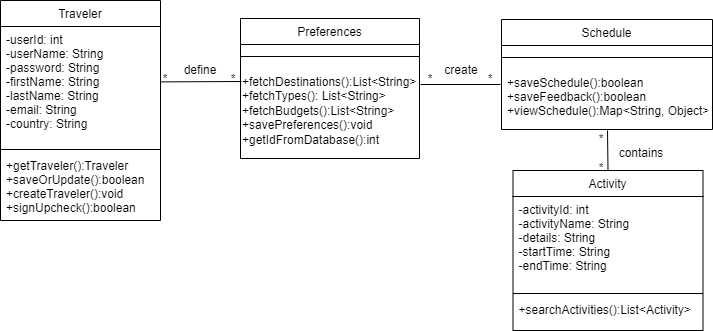
Above: Diagrams/FinalClassDiagram.drawio.png in EleftheriaKoutsiouri/Scheduluxe (draw.io), before the change. Source tidied: cells renumbered, new cells last; positions are measured from the earlier drawing's top-left corner, leaving out a move shared by most shapes.
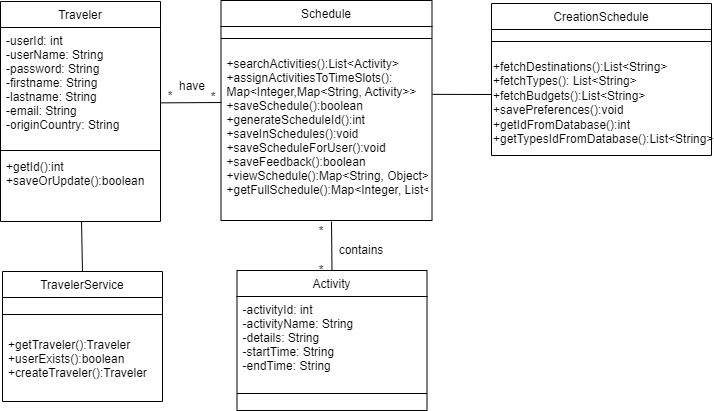
The same file after the commit.

What changed in the source:
```diff
@@ -5,35 +5,26 @@
     <mxCell id="2" value="Traveler" style="swimlane;fontStyle=0;align=center;verticalAlign=top;horizontal=1;startSize=26;rounded=0;shadow=0;strokeWidth=1;" parent="1" vertex="1">
       <mxGeometry width="160" height="220" as="geometry" />
     </mxCell>
-    <mxCell id="3" value="-userId: int&#10;-userName: String&#10;-password: String&#10;-firstName: String&#10;-lastName: String&#10;-email: String&#10;-country: String&#10;" style="text;align=left;verticalAlign=top;spacingLeft=4;spacingRight=4;overflow=hidden;points=[[0,0.5],[1,0.5]];portConstraint=eastwest;" parent="2" vertex="1">
+    <mxCell id="3" value="-userId: int&#10;-userName: String&#10;-password: String&#10;-firstname: String&#10;-lastname: String&#10;-email: String&#10;-originCountry: String&#10;" style="text;align=left;verticalAlign=top;spacingLeft=4;spacingRight=4;overflow=hidden;points=[[0,0.5],[1,0.5]];portConstraint=eastwest;" parent="2" vertex="1">
       <mxGeometry y="26" width="160" height="120" as="geometry" />
     </mxCell>
     <mxCell id="4" style="line;html=1;strokeWidth=1;align=left;verticalAlign=middle;spacingTop=-1;spacingLeft=3;spacingRight=3;labelPosition=right;" parent="2" vertex="1">
       <mxGeometry y="146" width="160" height="6" as="geometry" />
     </mxCell>
-    <mxCell id="5" value="+getTraveler():Traveler&#10;+saveOrUpdate():boolean&#10;+createTraveler():void&#10;+signUpcheck():boolean&#10;&#10;&#10; " style="text;align=left;verticalAlign=top;spacingLeft=4;spacingRight=4;overflow=hidden;fontColor=#000000;" parent="2" vertex="1">
+    <mxCell id="5" value="+getId():int&#10;+saveOrUpdate():boolean&#10;&#10;&#10; " style="text;align=left;verticalAlign=top;spacingLeft=4;spacingRight=4;overflow=hidden;fontColor=#000000;" parent="2" vertex="1">
       <mxGeometry y="152" width="160" height="68" as="geometry" />
     </mxCell>
-    <mxCell id="6" value="Preferences" style="swimlane;fontStyle=0;align=center;verticalAlign=top;horizontal=1;startSize=26;rounded=0;shadow=0;strokeWidth=1;" parent="1" vertex="1">
-      <mxGeometry x="240" y="18" width="179" height="140" as="geometry" />
+    <mxCell id="6" value="CreationSchedule" style="swimlane;fontStyle=0;align=center;verticalAlign=top;horizontal=1;startSize=26;rounded=0;shadow=0;strokeWidth=1;" parent="1" vertex="1">
+      <mxGeometry x="491" y="2" width="220" height="152" as="geometry" />
     </mxCell>
     <mxCell id="7" style="line;html=1;strokeWidth=1;align=left;verticalAlign=middle;spacingTop=-1;spacingLeft=3;spacingRight=3;labelPosition=right;" parent="6" vertex="1">
-      <mxGeometry y="26" width="179" height="24" as="geometry" />
+      <mxGeometry y="26" width="220" height="24" as="geometry" />
     </mxCell>
-    <mxCell id="8" value="&lt;div&gt;+fetchDestinations():List&amp;lt;String&amp;gt;&lt;/div&gt;&lt;div&gt;+fetchTypes(): List&amp;lt;String&amp;gt;&lt;span style=&quot;background-color: initial;&quot;&gt;&lt;br&gt;&lt;/span&gt;&lt;/div&gt;&lt;div&gt;&lt;span style=&quot;background-color: initial;&quot;&gt;+fetchBudgets():List&amp;lt;String&amp;gt;&lt;/span&gt;&lt;/div&gt;&lt;div&gt;&lt;span style=&quot;background-color: initial;&quot;&gt;+savePreferences():void&lt;/span&gt;&lt;/div&gt;&lt;div&gt;&lt;span style=&quot;background-color: initial;&quot;&gt;+&lt;/span&gt;getIdFromDatabase():int&lt;/div&gt;&lt;div&gt;&lt;span style=&quot;background-color: initial;&quot;&gt;&amp;nbsp;&lt;/span&gt;&lt;br&gt;&lt;/div&gt;&lt;div&gt;&lt;br&gt;&lt;/div&gt;" style="text;whiteSpace=wrap;html=1;" parent="6" vertex="1">
-      <mxGeometry y="50" width="179" height="80" as="geometry" />
+    <mxCell id="8" value="&lt;div&gt;+fetchDestinations():List&amp;lt;String&amp;gt;&lt;/div&gt;&lt;div&gt;+fetchTypes(): List&amp;lt;String&amp;gt;&lt;span style=&quot;background-color: initial;&quot;&gt;&lt;br&gt;&lt;/span&gt;&lt;/div&gt;&lt;div&gt;&lt;span style=&quot;background-color: initial;&quot;&gt;+fetchBudgets():List&amp;lt;String&amp;gt;&lt;/span&gt;&lt;/div&gt;&lt;div&gt;&lt;span style=&quot;background-color: initial;&quot;&gt;+savePreferences():void&lt;/span&gt;&lt;/div&gt;&lt;div&gt;&lt;span style=&quot;background-color: initial;&quot;&gt;+&lt;/span&gt;getIdFromDatabase():int&lt;/div&gt;&lt;div&gt;+getTypesIdFromDatabase():List&amp;lt;String&amp;gt;&lt;/div&gt;&lt;div&gt;&lt;span style=&quot;background-color: initial;&quot;&gt;&amp;nbsp;&lt;/span&gt;&lt;br&gt;&lt;/div&gt;&lt;div&gt;&lt;br&gt;&lt;/div&gt;" style="text;whiteSpace=wrap;html=1;" parent="6" vertex="1">
+      <mxGeometry y="50" width="220" height="100" as="geometry" />
     </mxCell>
-    <mxCell id="9" style="endArrow=none;html=1;rounded=0;exitX=0.997;exitY=0.207;exitDx=0;exitDy=0;exitPerimeter=0;entryX=0;entryY=0.75;entryDx=0;entryDy=0;" parent="1" edge="1">
-      <mxGeometry relative="1" as="geometry">
-        <mxPoint x="239.9" y="76.1" as="sourcePoint" />
-        <mxPoint x="240" y="82" as="targetPoint" />
-      </mxGeometry>
-    </mxCell>
-    <mxCell id="10" value="*" style="text;html=1;strokeColor=none;fillColor=none;align=center;verticalAlign=middle;whiteSpace=wrap;rounded=0;" parent="1" vertex="1">
-      <mxGeometry x="160" y="74" width="10" height="10" as="geometry" />
-    </mxCell>
     <mxCell id="11" value="Activity" style="swimlane;fontStyle=0;align=center;verticalAlign=top;horizontal=1;startSize=26;rounded=0;shadow=0;strokeWidth=1;" parent="1" vertex="1">
-      <mxGeometry x="512.5" y="170" width="190" height="160" as="geometry" />
+      <mxGeometry x="236.5" y="269" width="190" height="140" as="geometry" />
     </mxCell>
     <mxCell id="12" value="-activityId: int&#10;-activityName: String&#10;-details: String&#10;-startTime: String&#10;-endTime: String&#10;&#10;" style="text;align=left;verticalAlign=top;spacingLeft=4;spacingRight=4;overflow=hidden;" parent="11" vertex="1">
       <mxGeometry y="26" width="190" height="94" as="geometry" />
@@ -41,57 +32,61 @@
     <mxCell id="13" style="line;html=1;strokeWidth=1;align=left;verticalAlign=middle;spacingTop=-1;spacingLeft=3;spacingRight=3;labelPosition=right;" parent="11" vertex="1">
       <mxGeometry y="120" width="190" height="6" as="geometry" />
     </mxCell>
-    <mxCell id="14" value="+searchActivities():List&lt;Activity&gt;&#10;" style="text;align=left;verticalAlign=top;spacingLeft=4;spacingRight=4;overflow=hidden;" parent="11" vertex="1">
-      <mxGeometry y="126" width="190" height="24" as="geometry" />
-    </mxCell>
-    <mxCell id="15" style="endArrow=none;html=1;rounded=0;exitX=1;exitY=0.75;exitDx=0;exitDy=0;entryX=1;entryY=1;entryDx=0;entryDy=0;" parent="1" edge="1" target="17">
-      <mxGeometry relative="1" as="geometry">
-        <mxPoint x="420" y="84" as="sourcePoint" />
-      </mxGeometry>
-    </mxCell>
     <mxCell id="16" value="*" style="text;html=1;strokeColor=none;fillColor=none;align=center;verticalAlign=middle;whiteSpace=wrap;rounded=0;" parent="1" vertex="1">
-      <mxGeometry x="420" y="73.5" width="20" height="10" as="geometry" />
+      <mxGeometry x="160" y="90" width="20" height="10" as="geometry" />
     </mxCell>
-    <mxCell id="17" value="*" style="text;html=1;strokeColor=none;fillColor=none;align=center;verticalAlign=middle;whiteSpace=wrap;rounded=0;" parent="1" vertex="1">
-      <mxGeometry x="480" y="74" width="20" height="10" as="geometry" />
-    </mxCell>
-    <mxCell id="18" style="endArrow=none;html=1;rounded=0;exitX=0.997;exitY=0.207;exitDx=0;exitDy=0;exitPerimeter=0;" parent="1" edge="1">
-      <mxGeometry relative="1" as="geometry">
-        <mxPoint x="159.5" y="81.4" as="sourcePoint" />
-        <mxPoint x="241" y="81" as="targetPoint" />
-      </mxGeometry>
-    </mxCell>
-    <mxCell id="19" value="*" style="text;html=1;strokeColor=none;fillColor=none;align=center;verticalAlign=middle;whiteSpace=wrap;rounded=0;" parent="1" vertex="1">
-      <mxGeometry x="218" y="73.5" width="30" height="11" as="geometry" />
-    </mxCell>
     <mxCell id="20" value="Schedule" style="swimlane;fontStyle=0;align=center;verticalAlign=top;horizontal=1;startSize=26;rounded=0;shadow=0;strokeWidth=1;" parent="1" vertex="1">
-      <mxGeometry x="501" y="19" width="211" height="110" as="geometry" />
+      <mxGeometry x="220.5" y="-1" width="211" height="220" as="geometry" />
     </mxCell>
     <mxCell id="21" style="line;html=1;strokeWidth=1;align=left;verticalAlign=middle;spacingTop=-1;spacingLeft=3;spacingRight=3;labelPosition=right;" parent="20" vertex="1">
       <mxGeometry y="26" width="211" height="24" as="geometry" />
     </mxCell>
-    <mxCell id="22" value="+saveSchedule():boolean&#10;+saveFeedback():boolean&#10;+viewSchedule():Map&lt;String, Object&gt;" style="text;align=left;verticalAlign=top;spacingLeft=4;spacingRight=4;overflow=hidden;points=[[0,0.5],[1,0.5]];portConstraint=eastwest;" parent="20" vertex="1">
-      <mxGeometry y="50" width="211" height="60" as="geometry" />
+    <mxCell id="22" value="+searchActivities():List&lt;Activity&gt;&#10;+assignActivitiesToTimeSlots():&#10;Map&lt;Integer,Map&lt;String, Activity&gt;&gt;&#10;+saveSchedule():boolean&#10;+generateScheduleId():int&#10;+saveInSchedules():void&#10;+saveScheduleForUser():void&#10;+saveFeedback():boolean&#10;+viewSchedule():Map&lt;String, Object&gt;&#10;+getFullSchedule():Map&lt;Integer, List&lt;Activity&gt;&gt;" style="text;align=left;verticalAlign=top;spacingLeft=4;spacingRight=4;overflow=hidden;points=[[0,0.5],[1,0.5]];portConstraint=eastwest;" parent="20" vertex="1">
+      <mxGeometry y="50" width="211" height="170" as="geometry" />
     </mxCell>
-    <mxCell id="23" value="define" style="text;html=1;strokeColor=none;fillColor=none;align=center;verticalAlign=middle;whiteSpace=wrap;rounded=0;" parent="1" vertex="1">
-      <mxGeometry x="170" y="54.5" width="60" height="30" as="geometry" />
-    </mxCell>
-    <mxCell id="24" value="create" style="text;html=1;strokeColor=none;fillColor=none;align=center;verticalAlign=middle;whiteSpace=wrap;rounded=0;" parent="1" vertex="1">
-      <mxGeometry x="431" y="54.5" width="60" height="30" as="geometry" />
-    </mxCell>
     <mxCell id="25" style="endArrow=none;html=1;rounded=0;exitX=0.5;exitY=0;exitDx=0;exitDy=0;" parent="1" edge="1" source="11">
       <mxGeometry relative="1" as="geometry">
-        <mxPoint x="607" y="130" as="targetPoint" />
+        <mxPoint x="331" y="220" as="targetPoint" />
       </mxGeometry>
     </mxCell>
     <mxCell id="26" value="contains" style="text;html=1;strokeColor=none;fillColor=none;align=center;verticalAlign=middle;whiteSpace=wrap;rounded=0;" parent="1" vertex="1">
-      <mxGeometry x="611" y="138" width="60" height="30" as="geometry" />
+      <mxGeometry x="331" y="234" width="60" height="30" as="geometry" />
     </mxCell>
     <mxCell id="27" value="*" style="text;html=1;strokeColor=none;fillColor=none;align=center;verticalAlign=middle;whiteSpace=wrap;rounded=0;" parent="1" vertex="1">
-      <mxGeometry x="591" y="129" width="20" height="20" as="geometry" />
+      <mxGeometry x="311" y="220" width="20" height="20" as="geometry" />
     </mxCell>
     <mxCell id="28" value="*" style="text;html=1;strokeColor=none;fillColor=none;align=center;verticalAlign=middle;whiteSpace=wrap;rounded=0;" parent="1" vertex="1">
-      <mxGeometry x="591" y="158" width="20" height="20" as="geometry" />
+      <mxGeometry x="311" y="259" width="20" height="20" as="geometry" />
     </mxCell>
+    <mxCell id="29" value="TravelerService" style="swimlane;fontStyle=0;align=center;verticalAlign=top;horizontal=1;startSize=26;rounded=0;shadow=0;strokeWidth=1;" parent="1" vertex="1">
+      <mxGeometry x="2" y="270" width="160" height="130" as="geometry" />
+    </mxCell>
+    <mxCell id="30" style="line;html=1;strokeWidth=1;align=left;verticalAlign=middle;spacingTop=-1;spacingLeft=3;spacingRight=3;labelPosition=right;" parent="29" vertex="1">
+      <mxGeometry y="26" width="160" height="34" as="geometry" />
+    </mxCell>
+    <mxCell id="31" value="+getTraveler():Traveler&#10;+userExists():boolean&#10;+createTraveler():Traveler&#10;&#10;&#10; " style="text;align=left;verticalAlign=top;spacingLeft=4;spacingRight=4;overflow=hidden;fontColor=#000000;" parent="29" vertex="1">
+      <mxGeometry y="60" width="160" height="60" as="geometry" />
+    </mxCell>
+    <mxCell id="32" style="endArrow=none;html=1;rounded=0;exitX=0.5;exitY=0;exitDx=0;exitDy=0;" parent="1" edge="1" source="29">
+      <mxGeometry relative="1" as="geometry">
+        <mxPoint x="81" y="220" as="targetPoint" />
+      </mxGeometry>
+    </mxCell>
+    <mxCell id="33" style="endArrow=none;html=1;rounded=0;exitX=-0.006;exitY=0.41;exitDx=0;exitDy=0;exitPerimeter=0;entryX=1.003;entryY=0.258;entryDx=0;entryDy=0;entryPerimeter=0;" parent="1" edge="1" target="22">
+      <mxGeometry relative="1" as="geometry">
+        <mxPoint x="490.7" y="93" as="sourcePoint" />
+      </mxGeometry>
+    </mxCell>
+    <mxCell id="34" style="endArrow=none;html=1;rounded=0;exitX=1.002;exitY=0.628;exitDx=0;exitDy=0;exitPerimeter=0;" parent="1" edge="1" source="3">
+      <mxGeometry relative="1" as="geometry">
+        <mxPoint x="221" y="101" as="targetPoint" />
+      </mxGeometry>
+    </mxCell>
+    <mxCell id="35" value="have" style="text;html=1;strokeColor=none;fillColor=none;align=center;verticalAlign=middle;whiteSpace=wrap;rounded=0;" parent="1" vertex="1">
+      <mxGeometry x="162" y="70" width="60" height="30" as="geometry" />
+    </mxCell>
+    <mxCell id="36" value="*" style="text;html=1;strokeColor=none;fillColor=none;align=center;verticalAlign=middle;whiteSpace=wrap;rounded=0;" parent="1" vertex="1">
+      <mxGeometry x="202.5" y="86" width="20" height="20" as="geometry" />
+    </mxCell>
   </root>
 </mxGraphModel>
```
